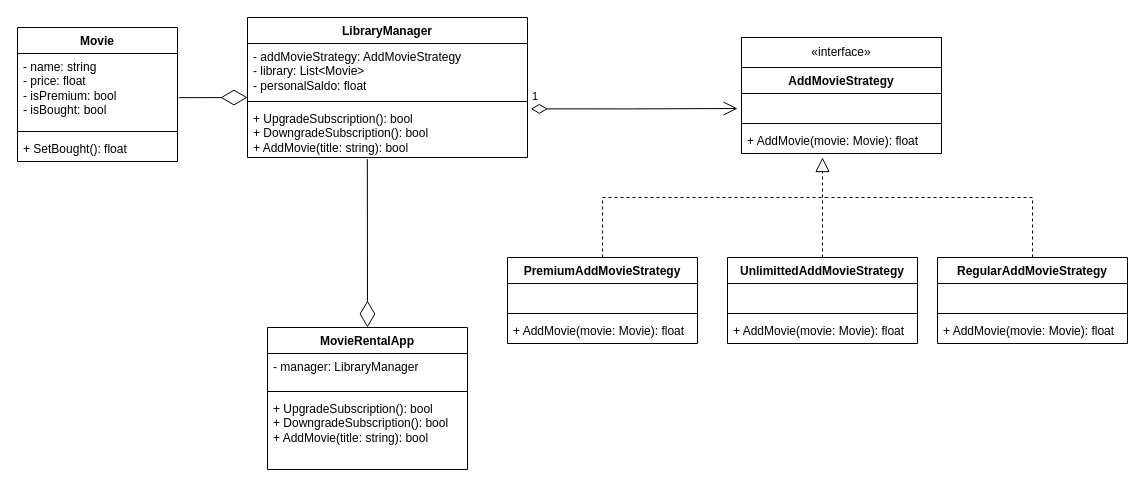
The draw.io diagram strategy/Diagrams/movie_rental_app_uml.drawio in Pawlicho/design_patterns_demo, before the edit. Source tidied: cells renumbered, new cells numbered last; positions are measured from the earlier drawing's top-left corner, leaving out a move shared by most shapes. Both pictures are drawn from the tidied source at 100%, with x=0, y=0 at pixel (17, 17).
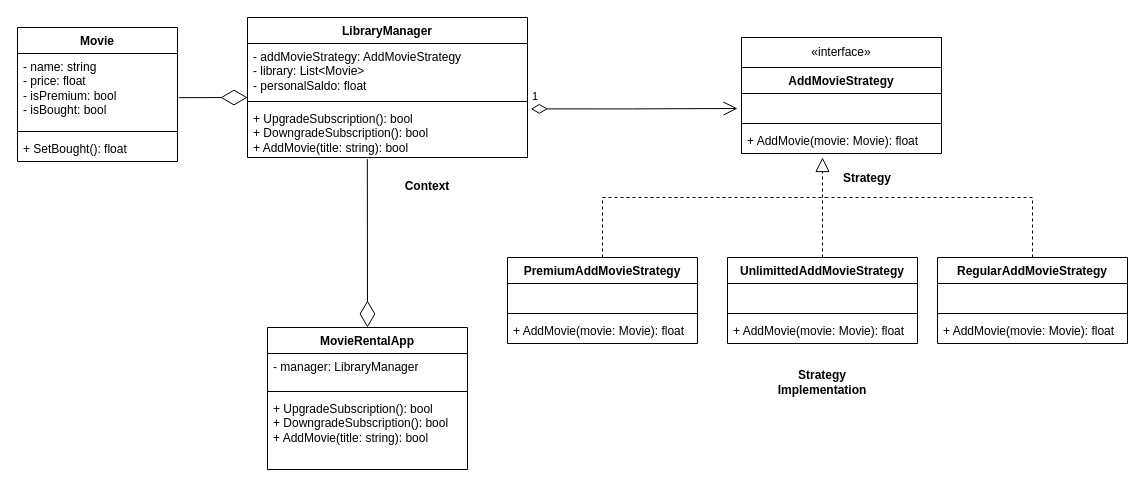
The same page after the edit.

Commit message (it also covers changes not shown here):
Added subtitles to movie_rental_app_uml & excluded backup files from repository

Change to the diagram source:
```diff
@@
+    <mxCell id="37" value="&lt;b&gt;Strategy&lt;/b&gt;" style="text;html=1;strokeColor=none;fillColor=none;align=center;verticalAlign=middle;whiteSpace=wrap;rounded=0;" parent="1" vertex="1">
+      <mxGeometry x="800" y="136" width="100" height="50" as="geometry" />
+    </mxCell>
+    <mxCell id="38" value="&lt;b&gt;Strategy Implementation&lt;/b&gt;" style="text;html=1;strokeColor=none;fillColor=none;align=center;verticalAlign=middle;whiteSpace=wrap;rounded=0;" parent="1" vertex="1">
+      <mxGeometry x="755" y="340" width="100" height="50" as="geometry" />
+    </mxCell>
+    <mxCell id="39" value="&lt;b&gt;Context&lt;/b&gt;" style="text;html=1;strokeColor=none;fillColor=none;align=center;verticalAlign=middle;whiteSpace=wrap;rounded=0;" parent="1" vertex="1">
+      <mxGeometry x="360" y="144" width="100" height="50" as="geometry" />
+    </mxCell>
```
